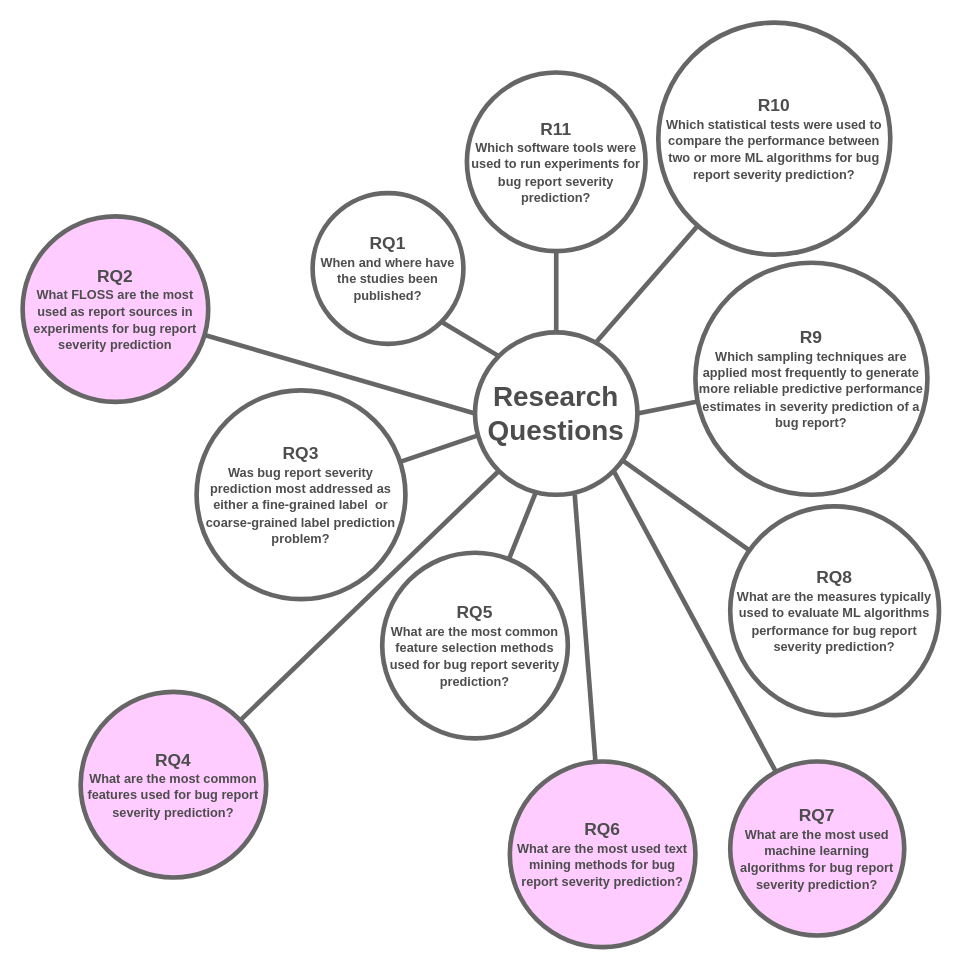
This is page "goal-1-rqs" (2 of 9) of figures/Presentation Figures.drawio from gomesluiz/my-doctoral-presentation, a draw.io file, before an edit. Source tidied: cells renumbered, new cells numbered last; positions are measured from the earlier drawing's top-left corner, leaving out a move shared by most shapes. Both pictures are drawn from the tidied source at 116%, with x=0, y=0 at pixel (22, 22).
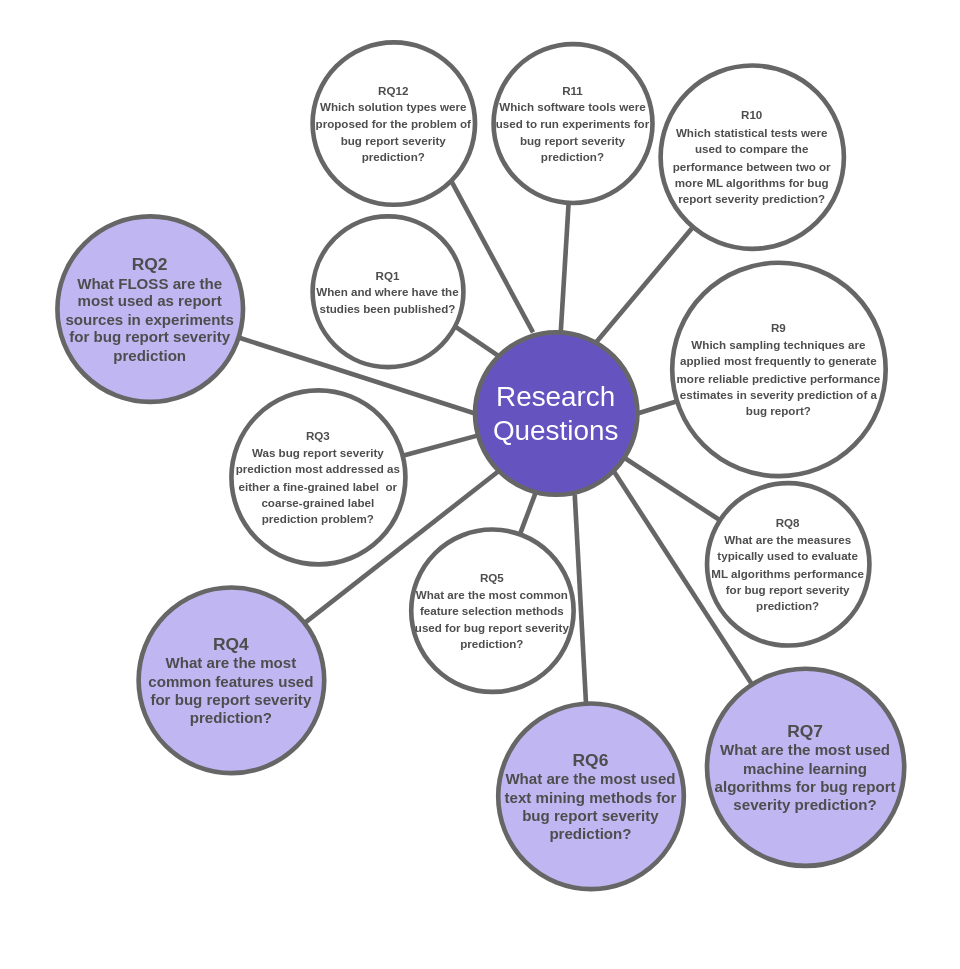
Above is the later version.

What changed in the source:
```diff
@@
-    <mxCell id="2" value="&lt;font color=&quot;#4d4d4d&quot; style=&quot;font-size: 24px&quot;&gt;&lt;b&gt;Research&lt;br&gt;Questions&lt;/b&gt;&lt;/font&gt;" style="ellipse;whiteSpace=wrap;html=1;strokeWidth=4;strokeColor=#666666;" parent="1" vertex="1">
+    <mxCell id="2" value="&lt;font style=&quot;font-size: 24px&quot;&gt;Research&lt;br&gt;Questions&lt;/font&gt;" style="ellipse;whiteSpace=wrap;html=1;strokeWidth=4;strokeColor=#666666;fillColor=#6554C0;fontColor=#FFFFFF;" parent="1" vertex="1">
       <mxGeometry x="390" y="267" width="140" height="140" as="geometry" />
     </mxCell>
@@
-    <mxCell id="4" value="&lt;font color=&quot;#4d4d4d&quot; style=&quot;font-size: 11px&quot;&gt;&lt;b&gt;&lt;span style=&quot;font-size: 15px&quot;&gt;RQ2&lt;/span&gt;&lt;font style=&quot;font-size: 11px&quot;&gt;&lt;br&gt;&lt;/font&gt;&lt;/b&gt;&lt;/font&gt;&lt;font color=&quot;#4d4d4d&quot;&gt;&lt;span style=&quot;font-size: 11px&quot;&gt;&lt;b&gt;What FLOSS are the most used as report sources in experiments for bug report severity prediction&lt;/b&gt;&lt;/span&gt;&lt;/font&gt;" style="ellipse;whiteSpace=wrap;html=1;strokeWidth=4;fillColor=#FFCCFF;strokeColor=#666666;" parent="1" vertex="1">
-      <mxGeometry y="167" width="160" height="160" as="geometry" />
+    <mxCell id="4" value="&lt;font color=&quot;#4d4d4d&quot; style=&quot;font-size: 11px&quot;&gt;&lt;b&gt;&lt;span style=&quot;font-size: 15px&quot;&gt;RQ2&lt;/span&gt;&lt;font style=&quot;font-size: 11px&quot;&gt;&lt;br&gt;&lt;/font&gt;&lt;/b&gt;&lt;/font&gt;&lt;font color=&quot;#4d4d4d&quot; size=&quot;1&quot;&gt;&lt;b style=&quot;font-size: 13px&quot;&gt;What FLOSS are the most used as report sources in experiments for bug report severity prediction&lt;/b&gt;&lt;/font&gt;" style="ellipse;whiteSpace=wrap;html=1;strokeWidth=4;strokeColor=#666666;fillColor=#C0B6F2;" parent="1" vertex="1">
+      <mxGeometry x="30" y="167" width="160" height="160" as="geometry" />
     </mxCell>
@@
-    <mxCell id="6" value="&lt;font color=&quot;#4d4d4d&quot; style=&quot;font-size: 11px&quot;&gt;&lt;b&gt;&lt;span style=&quot;font-size: 15px&quot;&gt;RQ3&lt;/span&gt;&lt;font style=&quot;font-size: 11px&quot;&gt;&lt;br&gt;&lt;/font&gt;&lt;/b&gt;&lt;/font&gt;&lt;font color=&quot;#4d4d4d&quot;&gt;&lt;span style=&quot;font-size: 11px&quot;&gt;&lt;b&gt;Was bug report severity prediction most addressed as either a fine-grained label&amp;nbsp; or coarse-grained label prediction problem?&lt;/b&gt;&lt;/span&gt;&lt;/font&gt;" style="ellipse;whiteSpace=wrap;html=1;strokeWidth=4;strokeColor=#666666;" parent="1" vertex="1">
-      <mxGeometry x="150" y="317" width="180" height="180" as="geometry" />
+    <mxCell id="6" value="&lt;font style=&quot;font-size: 10px&quot;&gt;&lt;font color=&quot;#4d4d4d&quot; style=&quot;font-size: 10px&quot;&gt;&lt;b&gt;RQ3&lt;font style=&quot;font-size: 10px&quot;&gt;&lt;br&gt;&lt;/font&gt;&lt;/b&gt;&lt;/font&gt;&lt;font color=&quot;#4d4d4d&quot; style=&quot;font-size: 10px&quot;&gt;&lt;b&gt;Was bug report severity prediction most addressed as either a fine-grained label&amp;nbsp; or coarse-grained label prediction problem?&lt;/b&gt;&lt;/font&gt;&lt;/font&gt;" style="ellipse;whiteSpace=wrap;html=1;strokeWidth=4;strokeColor=#666666;fillColor=#FFFFFF;" parent="1" vertex="1">
+      <mxGeometry x="180" y="317" width="150" height="150" as="geometry" />
     </mxCell>
@@
-    <mxCell id="8" value="&lt;font color=&quot;#4d4d4d&quot; style=&quot;font-size: 11px&quot;&gt;&lt;b&gt;&lt;span style=&quot;font-size: 15px&quot;&gt;RQ4&lt;/span&gt;&lt;font style=&quot;font-size: 11px&quot;&gt;&lt;br&gt;&lt;/font&gt;&lt;/b&gt;&lt;/font&gt;&lt;font color=&quot;#4d4d4d&quot;&gt;&lt;span style=&quot;font-size: 11px&quot;&gt;&lt;b&gt;What are the most common features used for bug report severity prediction?&lt;/b&gt;&lt;/span&gt;&lt;/font&gt;" style="ellipse;whiteSpace=wrap;html=1;strokeWidth=4;fillColor=#FFCCFF;strokeColor=#666666;" parent="1" vertex="1">
-      <mxGeometry x="50" y="577" width="160" height="160" as="geometry" />
+    <mxCell id="8" value="&lt;font color=&quot;#4d4d4d&quot; style=&quot;font-size: 11px&quot;&gt;&lt;b&gt;&lt;span style=&quot;font-size: 15px&quot;&gt;RQ4&lt;/span&gt;&lt;font style=&quot;font-size: 11px&quot;&gt;&lt;br&gt;&lt;/font&gt;&lt;/b&gt;&lt;/font&gt;&lt;font color=&quot;#4d4d4d&quot; size=&quot;1&quot;&gt;&lt;b style=&quot;font-size: 13px&quot;&gt;What are the most common features used for bug report severity prediction?&lt;/b&gt;&lt;/font&gt;" style="ellipse;whiteSpace=wrap;html=1;strokeWidth=4;strokeColor=#666666;fillColor=#C0B6F2;" parent="1" vertex="1">
+      <mxGeometry x="100" y="487" width="160" height="160" as="geometry" />
     </mxCell>
@@
-    <mxCell id="10" value="&lt;font color=&quot;#4d4d4d&quot; style=&quot;font-size: 11px&quot;&gt;&lt;b&gt;&lt;span style=&quot;font-size: 15px&quot;&gt;RQ5&lt;/span&gt;&lt;font style=&quot;font-size: 11px&quot;&gt;&lt;br&gt;&lt;/font&gt;&lt;/b&gt;&lt;/font&gt;&lt;font color=&quot;#4d4d4d&quot;&gt;&lt;span style=&quot;font-size: 11px&quot;&gt;&lt;b&gt;What are the most common feature selection methods used for bug report severity prediction?&lt;/b&gt;&lt;/span&gt;&lt;/font&gt;" style="ellipse;whiteSpace=wrap;html=1;strokeWidth=4;strokeColor=#666666;" parent="1" vertex="1">
-      <mxGeometry x="310" y="457" width="160" height="160" as="geometry" />
+    <mxCell id="10" value="&lt;font style=&quot;font-size: 10px&quot;&gt;&lt;font color=&quot;#4d4d4d&quot; style=&quot;font-size: 10px&quot;&gt;&lt;b&gt;RQ5&lt;font style=&quot;font-size: 10px&quot;&gt;&lt;br&gt;&lt;/font&gt;&lt;/b&gt;&lt;/font&gt;&lt;font color=&quot;#4d4d4d&quot; style=&quot;font-size: 10px&quot;&gt;&lt;b&gt;What are the most common feature selection methods used for bug report severity prediction?&lt;/b&gt;&lt;/font&gt;&lt;/font&gt;" style="ellipse;whiteSpace=wrap;html=1;strokeWidth=4;strokeColor=#666666;" parent="1" vertex="1">
+      <mxGeometry x="335" y="437" width="140" height="140" as="geometry" />
     </mxCell>
@@
-    <mxCell id="12" value="&lt;font color=&quot;#4d4d4d&quot; style=&quot;font-size: 11px&quot;&gt;&lt;b&gt;&lt;span style=&quot;font-size: 15px&quot;&gt;RQ6&lt;/span&gt;&lt;font style=&quot;font-size: 11px&quot;&gt;&lt;br&gt;&lt;/font&gt;&lt;/b&gt;&lt;/font&gt;&lt;font color=&quot;#4d4d4d&quot;&gt;&lt;span style=&quot;font-size: 11px&quot;&gt;&lt;b&gt;What are the most used text mining methods for bug report severity prediction?&lt;/b&gt;&lt;/span&gt;&lt;/font&gt;" style="ellipse;whiteSpace=wrap;html=1;strokeWidth=4;strokeColor=#666666;fillColor=#FFCCFF;" parent="1" vertex="1">
-      <mxGeometry x="420" y="637" width="160" height="160" as="geometry" />
+    <mxCell id="12" value="&lt;font color=&quot;#4d4d4d&quot; style=&quot;font-size: 11px&quot;&gt;&lt;b&gt;&lt;span style=&quot;font-size: 15px&quot;&gt;RQ6&lt;/span&gt;&lt;font style=&quot;font-size: 11px&quot;&gt;&lt;br&gt;&lt;/font&gt;&lt;/b&gt;&lt;/font&gt;&lt;font color=&quot;#4d4d4d&quot; size=&quot;1&quot;&gt;&lt;b style=&quot;font-size: 13px&quot;&gt;What are the most used text mining methods for bug report severity prediction?&lt;/b&gt;&lt;/font&gt;" style="ellipse;whiteSpace=wrap;html=1;strokeWidth=4;strokeColor=#666666;fillColor=#C0B6F2;" parent="1" vertex="1">
+      <mxGeometry x="410" y="587" width="160" height="160" as="geometry" />
     </mxCell>
@@
-    <mxCell id="14" value="&lt;font color=&quot;#4d4d4d&quot; style=&quot;font-size: 11px&quot;&gt;&lt;b&gt;&lt;span style=&quot;font-size: 15px&quot;&gt;RQ7&lt;/span&gt;&lt;font style=&quot;font-size: 11px&quot;&gt;&lt;br&gt;&lt;/font&gt;&lt;/b&gt;&lt;/font&gt;&lt;font color=&quot;#4d4d4d&quot;&gt;&lt;span style=&quot;font-size: 11px&quot;&gt;&lt;b&gt;What are the most used machine learning algorithms for bug report severity prediction?&lt;/b&gt;&lt;/span&gt;&lt;/font&gt;" style="ellipse;whiteSpace=wrap;html=1;strokeWidth=4;strokeColor=#666666;fillColor=#FFCCFF;" parent="1" vertex="1">
-      <mxGeometry x="610" y="637" width="150" height="150" as="geometry" />
+    <mxCell id="14" value="&lt;font color=&quot;#4d4d4d&quot; style=&quot;font-size: 11px&quot;&gt;&lt;b&gt;&lt;span style=&quot;font-size: 15px&quot;&gt;RQ7&lt;/span&gt;&lt;font style=&quot;font-size: 11px&quot;&gt;&lt;br&gt;&lt;/font&gt;&lt;/b&gt;&lt;/font&gt;&lt;font color=&quot;#4d4d4d&quot; size=&quot;1&quot;&gt;&lt;b style=&quot;font-size: 13px&quot;&gt;What are the most used machine learning algorithms for bug report severity prediction?&lt;/b&gt;&lt;/font&gt;" style="ellipse;whiteSpace=wrap;html=1;strokeWidth=4;strokeColor=#666666;fillColor=#C0B6F2;" parent="1" vertex="1">
+      <mxGeometry x="590" y="557" width="170" height="170" as="geometry" />
     </mxCell>
@@
-    <mxCell id="16" value="&lt;font color=&quot;#4d4d4d&quot; style=&quot;font-size: 11px&quot;&gt;&lt;b&gt;&lt;span style=&quot;font-size: 15px&quot;&gt;RQ8&lt;/span&gt;&lt;font style=&quot;font-size: 11px&quot;&gt;&lt;br&gt;&lt;/font&gt;&lt;/b&gt;&lt;/font&gt;&lt;font color=&quot;#4d4d4d&quot;&gt;&lt;span style=&quot;font-size: 11px&quot;&gt;&lt;b&gt;What are the measures typically used to evaluate ML algorithms performance for bug report severity prediction?&lt;/b&gt;&lt;/span&gt;&lt;/font&gt;" style="ellipse;whiteSpace=wrap;html=1;strokeWidth=4;strokeColor=#666666;fillColor=#FFFFFF;" parent="1" vertex="1">
-      <mxGeometry x="610" y="417" width="180" height="180" as="geometry" />
+    <mxCell id="16" value="&lt;font style=&quot;font-size: 10px&quot;&gt;&lt;font color=&quot;#4d4d4d&quot; style=&quot;font-size: 10px&quot;&gt;&lt;b&gt;RQ8&lt;font style=&quot;font-size: 10px&quot;&gt;&lt;br&gt;&lt;/font&gt;&lt;/b&gt;&lt;/font&gt;&lt;font color=&quot;#4d4d4d&quot; style=&quot;font-size: 10px&quot;&gt;&lt;b&gt;What are the measures typically used to evaluate ML algorithms performance for bug report severity prediction?&lt;/b&gt;&lt;/font&gt;&lt;/font&gt;" style="ellipse;whiteSpace=wrap;html=1;strokeWidth=4;strokeColor=#666666;fillColor=#FFFFFF;" parent="1" vertex="1">
+      <mxGeometry x="590" y="397" width="140" height="140" as="geometry" />
     </mxCell>
@@
-    <mxCell id="18" value="&lt;font color=&quot;#4d4d4d&quot; style=&quot;font-size: 11px&quot;&gt;&lt;b&gt;&lt;span style=&quot;font-size: 15px&quot;&gt;R9&lt;/span&gt;&lt;font style=&quot;font-size: 11px&quot;&gt;&lt;br&gt;&lt;/font&gt;&lt;/b&gt;&lt;/font&gt;&lt;font color=&quot;#4d4d4d&quot;&gt;&lt;span style=&quot;font-size: 11px&quot;&gt;&lt;b&gt;Which sampling techniques are applied most frequently to generate more reliable predictive performance estimates in severity prediction of a bug report?&lt;/b&gt;&lt;/span&gt;&lt;/font&gt;" style="ellipse;whiteSpace=wrap;html=1;strokeWidth=4;strokeColor=#666666;" parent="1" vertex="1">
-      <mxGeometry x="580" y="207" width="200" height="200" as="geometry" />
+    <mxCell id="18" value="&lt;font style=&quot;font-size: 10px&quot;&gt;&lt;font color=&quot;#4d4d4d&quot; style=&quot;font-size: 10px&quot;&gt;&lt;b&gt;R9&lt;font style=&quot;font-size: 10px&quot;&gt;&lt;br&gt;&lt;/font&gt;&lt;/b&gt;&lt;/font&gt;&lt;font color=&quot;#4d4d4d&quot; style=&quot;font-size: 10px&quot;&gt;&lt;b&gt;Which sampling techniques are applied most frequently to generate more reliable predictive performance estimates in severity prediction of a bug report?&lt;/b&gt;&lt;/font&gt;&lt;/font&gt;" style="ellipse;whiteSpace=wrap;html=1;strokeWidth=4;strokeColor=#666666;" parent="1" vertex="1">
+      <mxGeometry x="560" y="207" width="184" height="184" as="geometry" />
     </mxCell>
@@
-    <mxCell id="20" value="&lt;font color=&quot;#4d4d4d&quot; style=&quot;font-size: 11px&quot;&gt;&lt;b&gt;&lt;span style=&quot;font-size: 15px&quot;&gt;R10&lt;/span&gt;&lt;font style=&quot;font-size: 11px&quot;&gt;&lt;br&gt;&lt;/font&gt;&lt;/b&gt;&lt;/font&gt;&lt;font color=&quot;#4d4d4d&quot;&gt;&lt;span style=&quot;font-size: 11px&quot;&gt;&lt;b&gt;Which statistical tests were used to compare the performance between two or more ML algorithms for bug report severity prediction?&lt;/b&gt;&lt;/span&gt;&lt;/font&gt;" style="ellipse;whiteSpace=wrap;html=1;strokeWidth=4;strokeColor=#666666;" parent="1" vertex="1">
-      <mxGeometry x="548" width="200" height="200" as="geometry" />
+    <mxCell id="20" value="&lt;font style=&quot;font-size: 10px&quot;&gt;&lt;font color=&quot;#4d4d4d&quot; style=&quot;font-size: 10px&quot;&gt;&lt;b&gt;R10&lt;font style=&quot;font-size: 10px&quot;&gt;&lt;br&gt;&lt;/font&gt;&lt;/b&gt;&lt;/font&gt;&lt;font color=&quot;#4d4d4d&quot; style=&quot;font-size: 10px&quot;&gt;&lt;b&gt;Which statistical tests were used to compare the performance between two or more ML algorithms for bug report severity prediction?&lt;/b&gt;&lt;/font&gt;&lt;/font&gt;" style="ellipse;whiteSpace=wrap;html=1;strokeWidth=4;strokeColor=#666666;" parent="1" vertex="1">
+      <mxGeometry x="550" y="37" width="158" height="158" as="geometry" />
     </mxCell>
@@
-    <mxCell id="22" value="&lt;font color=&quot;#4d4d4d&quot; style=&quot;font-size: 11px&quot;&gt;&lt;b&gt;&lt;span style=&quot;font-size: 15px&quot;&gt;R11&lt;br&gt;&lt;/span&gt;&lt;/b&gt;&lt;/font&gt;&lt;font color=&quot;#4d4d4d&quot;&gt;&lt;span style=&quot;font-size: 11px&quot;&gt;&lt;b&gt;Which software tools were used to run experiments for bug report severity prediction?&lt;/b&gt;&lt;/span&gt;&lt;/font&gt;" style="ellipse;whiteSpace=wrap;html=1;strokeWidth=4;strokeColor=#666666;" parent="1" vertex="1">
-      <mxGeometry x="383" y="43" width="154" height="154" as="geometry" />
+    <mxCell id="22" value="&lt;font style=&quot;font-size: 10px&quot;&gt;&lt;font color=&quot;#4d4d4d&quot; style=&quot;font-size: 10px&quot;&gt;&lt;b&gt;R11&lt;br&gt;&lt;/b&gt;&lt;/font&gt;&lt;font color=&quot;#4d4d4d&quot; style=&quot;font-size: 10px&quot;&gt;&lt;b&gt;Which software tools were used to run experiments for bug report severity prediction?&lt;/b&gt;&lt;/font&gt;&lt;/font&gt;" style="ellipse;whiteSpace=wrap;html=1;strokeWidth=4;strokeColor=#666666;" parent="1" vertex="1">
+      <mxGeometry x="406" y="18.5" width="137" height="137" as="geometry" />
     </mxCell>
-    <mxCell id="23" style="edgeStyle=none;rounded=0;jettySize=auto;html=1;entryX=0;entryY=0;entryDx=0;entryDy=0;endArrow=none;endFill=0;strokeWidth=4;exitX=1;exitY=1;exitDx=0;exitDy=0;strokeColor=#666666;" parent="1" edge="1" source="24" target="2">
+    <mxCell id="23" style="edgeStyle=none;rounded=0;jettySize=auto;html=1;entryX=0;entryY=0;entryDx=0;entryDy=0;endArrow=none;endFill=0;strokeWidth=4;exitX=0.946;exitY=0.731;exitDx=0;exitDy=0;strokeColor=#666666;exitPerimeter=0;" parent="1" edge="1" source="24" target="2">
       <mxGeometry relative="1" as="geometry" />
     </mxCell>
-    <mxCell id="24" value="&lt;font color=&quot;#4d4d4d&quot; style=&quot;font-size: 11px&quot;&gt;&lt;b&gt;&lt;span style=&quot;font-size: 15px&quot;&gt;RQ1&lt;/span&gt;&lt;font style=&quot;font-size: 11px&quot;&gt;&lt;br&gt;&lt;/font&gt;&lt;/b&gt;&lt;/font&gt;&lt;font style=&quot;font-size: 11px&quot; color=&quot;#4d4d4d&quot;&gt;&lt;b&gt;When and where have the studies been published?&lt;/b&gt;&lt;/font&gt;" style="ellipse;whiteSpace=wrap;html=1;strokeWidth=4;strokeColor=#666666;" parent="1" vertex="1">
-      <mxGeometry x="250" y="147" width="130" height="130" as="geometry" />
+    <mxCell id="24" value="&lt;font style=&quot;font-size: 10px&quot;&gt;&lt;font color=&quot;#4d4d4d&quot; style=&quot;font-size: 10px&quot;&gt;&lt;b&gt;RQ1&lt;font style=&quot;font-size: 10px&quot;&gt;&lt;br&gt;&lt;/font&gt;&lt;/b&gt;&lt;/font&gt;&lt;font style=&quot;font-size: 10px&quot; color=&quot;#4d4d4d&quot;&gt;&lt;b&gt;When and where have the studies been published?&lt;/b&gt;&lt;/font&gt;&lt;/font&gt;" style="ellipse;whiteSpace=wrap;html=1;strokeWidth=4;strokeColor=#666666;" parent="1" vertex="1">
+      <mxGeometry x="250" y="167" width="130" height="130" as="geometry" />
     </mxCell>
+    <mxCell id="25" value="&lt;font&gt;&lt;font color=&quot;#4d4d4d&quot; style=&quot;font-size: 10px&quot;&gt;&lt;b&gt;RQ12&lt;font style=&quot;font-size: 10px&quot;&gt;&lt;br&gt;&lt;/font&gt;&lt;/b&gt;&lt;/font&gt;&lt;font color=&quot;#4d4d4d&quot;&gt;&lt;span style=&quot;font-size: 10px&quot;&gt;&lt;b&gt;Which solution types were proposed for the problem of bug report severity prediction?&lt;/b&gt;&lt;/span&gt;&lt;/font&gt;&lt;br&gt;&lt;/font&gt;" style="ellipse;whiteSpace=wrap;html=1;strokeWidth=4;strokeColor=#666666;" parent="1" vertex="1">
+      <mxGeometry x="250" y="17" width="140" height="140" as="geometry" />
+    </mxCell>
+    <mxCell id="26" style="edgeStyle=none;rounded=0;jettySize=auto;html=1;endArrow=none;endFill=0;strokeWidth=4;strokeColor=#666666;exitX=1;exitY=1;exitDx=0;exitDy=0;" parent="1" edge="1" source="25">
+      <mxGeometry relative="1" as="geometry">
+        <mxPoint x="440" y="267" as="targetPoint" />
+      </mxGeometry>
+    </mxCell>
```
